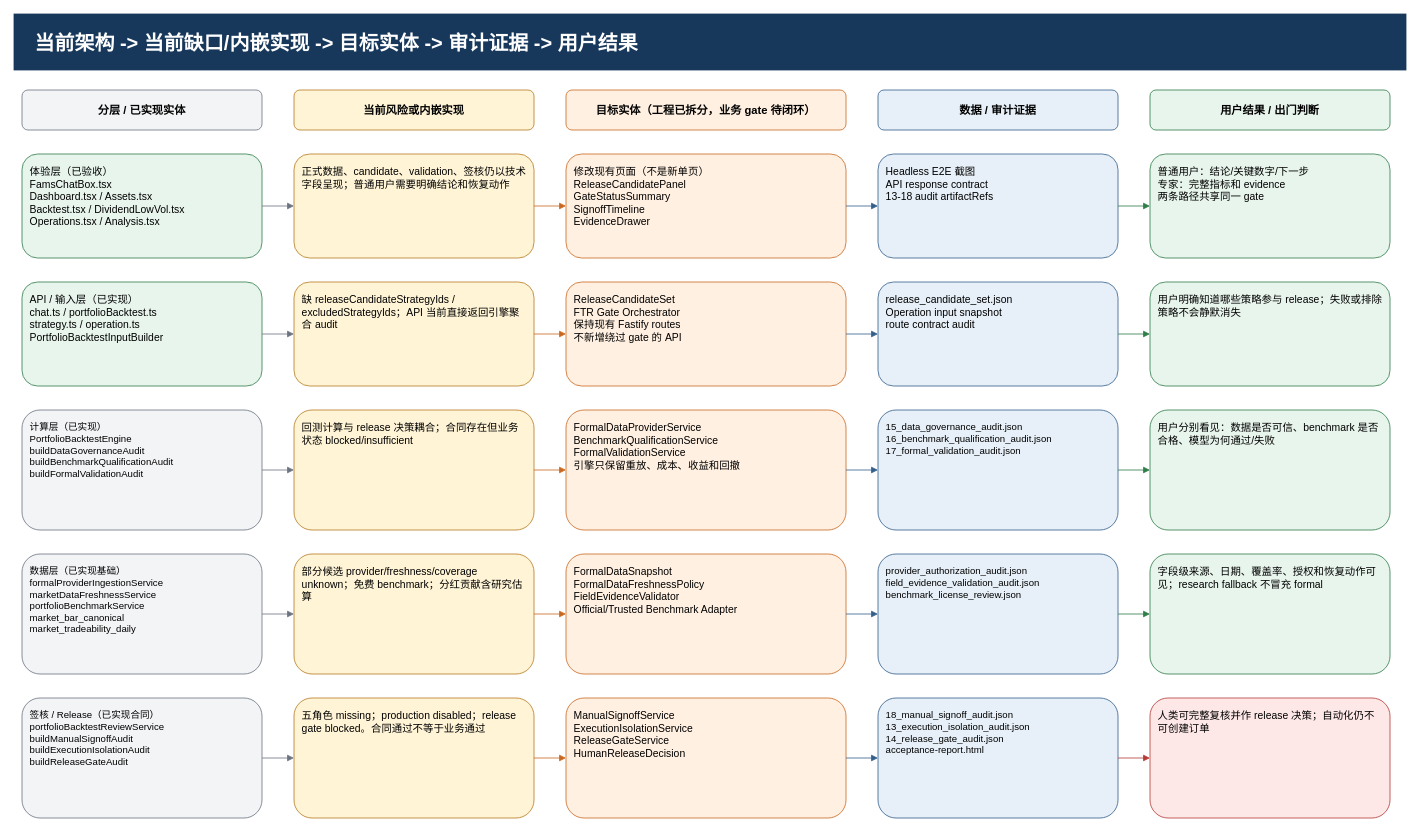
Before: page "2 当前架构与目标架构差异" (2 of 8) of docs/target-architecture-gap.drawio in ljx418/FAMS, a draw.io diagram. Source tidied: cells renumbered, new cells numbered last; positions are measured from the earlier drawing's top-left corner, leaving out a move shared by most shapes. Both pictures are drawn from the tidied source at 80%, with x=0, y=0 at pixel (14, 14).
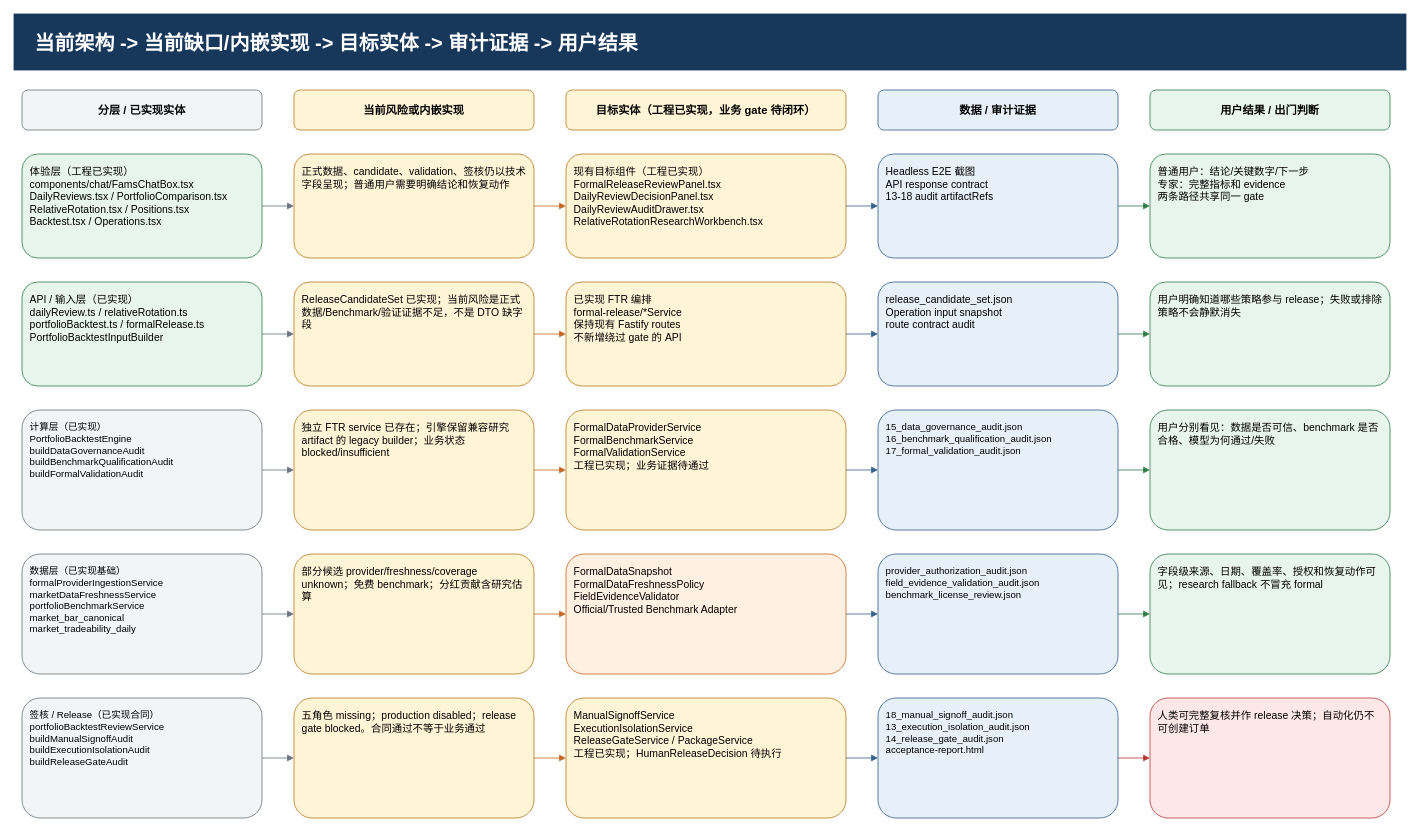
Above is the later version.

The edit, as a diff of the source:
```diff
@@
-    <mxCell id="5" value="目标实体（工程已拆分，业务 gate 待闭环）" style="rounded=1;whiteSpace=wrap;html=1;fontFamily=Microsoft YaHei;fontSize=14;fontStyle=1;fillColor=#fff0e1;strokeColor=#c96820;" parent="1" vertex="1">
+    <mxCell id="5" value="目标实体（工程已实现，业务 gate 待闭环）" style="rounded=1;whiteSpace=wrap;html=1;fontFamily=Microsoft YaHei;fontSize=14;fontStyle=1;fillColor=#fff4d6;strokeColor=#b7791f;" parent="1" vertex="1">
       <mxGeometry x="690" y="95" width="350" height="50" as="geometry" />
     </mxCell>
@@
-    <mxCell id="8" value="体验层（已验收）&#10;FamsChatBox.tsx&#10;Dashboard.tsx / Assets.tsx&#10;Backtest.tsx / DividendLowVol.tsx&#10;Operations.tsx / Analysis.tsx" style="rounded=1;whiteSpace=wrap;html=1;fontFamily=Microsoft YaHei;fontSize=13;align=left;verticalAlign=top;fillColor=#e8f5ec;strokeColor=#2f7d4a;spacing=10;" parent="1" vertex="1">
+    <mxCell id="8" value="体验层（工程已实现）&#10;components/chat/FamsChatBox.tsx&#10;DailyReviews.tsx / PortfolioComparison.tsx&#10;RelativeRotation.tsx / Positions.tsx&#10;Backtest.tsx / Operations.tsx" style="rounded=1;whiteSpace=wrap;html=1;fontFamily=Microsoft YaHei;fontSize=13;align=left;verticalAlign=top;fillColor=#e8f5ec;strokeColor=#2f7d4a;spacing=10;" parent="1" vertex="1">
       <mxGeometry x="10" y="175" width="300" height="130" as="geometry" />
     </mxCell>
@@
-    <mxCell id="10" value="修改现有页面（不是新单页）&#10;ReleaseCandidatePanel&#10;GateStatusSummary&#10;SignoffTimeline&#10;EvidenceDrawer" style="rounded=1;whiteSpace=wrap;html=1;fontFamily=Microsoft YaHei;fontSize=13;align=left;verticalAlign=top;fillColor=#fff0e1;strokeColor=#c96820;spacing=10;" parent="1" vertex="1">
+    <mxCell id="10" value="现有目标组件（工程已实现）&#10;FormalReleaseReviewPanel.tsx&#10;DailyReviewDecisionPanel.tsx&#10;DailyReviewAuditDrawer.tsx&#10;RelativeRotationResearchWorkbench.tsx" style="rounded=1;whiteSpace=wrap;html=1;fontFamily=Microsoft YaHei;fontSize=13;align=left;verticalAlign=top;fillColor=#fff4d6;strokeColor=#b7791f;spacing=10;" parent="1" vertex="1">
       <mxGeometry x="690" y="175" width="350" height="130" as="geometry" />
     </mxCell>
@@
-    <mxCell id="13" value="API / 输入层（已实现）&#10;chat.ts / portfolioBacktest.ts&#10;strategy.ts / operation.ts&#10;PortfolioBacktestInputBuilder" style="rounded=1;whiteSpace=wrap;html=1;fontFamily=Microsoft YaHei;fontSize=13;align=left;verticalAlign=top;fillColor=#e8f5ec;strokeColor=#2f7d4a;spacing=10;" parent="1" vertex="1">
+    <mxCell id="13" value="API / 输入层（已实现）&#10;dailyReview.ts / relativeRotation.ts&#10;portfolioBacktest.ts / formalRelease.ts&#10;PortfolioBacktestInputBuilder" style="rounded=1;whiteSpace=wrap;html=1;fontFamily=Microsoft YaHei;fontSize=13;align=left;verticalAlign=top;fillColor=#e8f5ec;strokeColor=#2f7d4a;spacing=10;" parent="1" vertex="1">
       <mxGeometry x="10" y="335" width="300" height="130" as="geometry" />
     </mxCell>
-    <mxCell id="14" value="缺 releaseCandidateStrategyIds / excludedStrategyIds；API 当前直接返回引擎聚合 audit" style="rounded=1;whiteSpace=wrap;html=1;fontFamily=Microsoft YaHei;fontSize=13;align=left;verticalAlign=top;fillColor=#fff4d6;strokeColor=#b7791f;spacing=10;" parent="1" vertex="1">
+    <mxCell id="14" value="ReleaseCandidateSet 已实现；当前风险是正式数据/Benchmark/验证证据不足，不是 DTO 缺字段" style="rounded=1;whiteSpace=wrap;html=1;fontFamily=Microsoft YaHei;fontSize=13;align=left;verticalAlign=top;fillColor=#fff4d6;strokeColor=#b7791f;spacing=10;" parent="1" vertex="1">
       <mxGeometry x="350" y="335" width="300" height="130" as="geometry" />
     </mxCell>
-    <mxCell id="15" value="ReleaseCandidateSet&#10;FTR Gate Orchestrator&#10;保持现有 Fastify routes&#10;不新增绕过 gate 的 API" style="rounded=1;whiteSpace=wrap;html=1;fontFamily=Microsoft YaHei;fontSize=13;align=left;verticalAlign=top;fillColor=#fff0e1;strokeColor=#c96820;spacing=10;" parent="1" vertex="1">
+    <mxCell id="15" value="已实现 FTR 编排&#10;formal-release/*Service&#10;保持现有 Fastify routes&#10;不新增绕过 gate 的 API" style="rounded=1;whiteSpace=wrap;html=1;fontFamily=Microsoft YaHei;fontSize=13;align=left;verticalAlign=top;fillColor=#fff4d6;strokeColor=#b7791f;spacing=10;" parent="1" vertex="1">
       <mxGeometry x="690" y="335" width="350" height="130" as="geometry" />
     </mxCell>
@@
-    <mxCell id="19" value="回测计算与 release 决策耦合；合同存在但业务状态 blocked/insufficient" style="rounded=1;whiteSpace=wrap;html=1;fontFamily=Microsoft YaHei;fontSize=13;align=left;verticalAlign=top;fillColor=#fff4d6;strokeColor=#b7791f;spacing=10;" parent="1" vertex="1">
+    <mxCell id="19" value="独立 FTR service 已存在；引擎保留兼容研究 artifact 的 legacy builder；业务状态 blocked/insufficient" style="rounded=1;whiteSpace=wrap;html=1;fontFamily=Microsoft YaHei;fontSize=13;align=left;verticalAlign=top;fillColor=#fff4d6;strokeColor=#b7791f;spacing=10;" parent="1" vertex="1">
       <mxGeometry x="350" y="495" width="300" height="150" as="geometry" />
     </mxCell>
-    <mxCell id="20" value="FormalDataProviderService&#10;BenchmarkQualificationService&#10;FormalValidationService&#10;引擎只保留重放、成本、收益和回撤" style="rounded=1;whiteSpace=wrap;html=1;fontFamily=Microsoft YaHei;fontSize=13;align=left;verticalAlign=top;fillColor=#fff0e1;strokeColor=#c96820;spacing=10;" parent="1" vertex="1">
+    <mxCell id="20" value="FormalDataProviderService&#10;FormalBenchmarkService&#10;FormalValidationService&#10;工程已实现；业务证据待通过" style="rounded=1;whiteSpace=wrap;html=1;fontFamily=Microsoft YaHei;fontSize=13;align=left;verticalAlign=top;fillColor=#fff4d6;strokeColor=#b7791f;spacing=10;" parent="1" vertex="1">
       <mxGeometry x="690" y="495" width="350" height="150" as="geometry" />
     </mxCell>
@@
-    <mxCell id="30" value="ManualSignoffService&#10;ExecutionIsolationService&#10;ReleaseGateService&#10;HumanReleaseDecision" style="rounded=1;whiteSpace=wrap;html=1;fontFamily=Microsoft YaHei;fontSize=13;align=left;verticalAlign=top;fillColor=#fff0e1;strokeColor=#c96820;spacing=10;" parent="1" vertex="1">
+    <mxCell id="30" value="ManualSignoffService&#10;ExecutionIsolationService&#10;ReleaseGateService / PackageService&#10;工程已实现；HumanReleaseDecision 待执行" style="rounded=1;whiteSpace=wrap;html=1;fontFamily=Microsoft YaHei;fontSize=13;align=left;verticalAlign=top;fillColor=#fff4d6;strokeColor=#b7791f;spacing=10;" parent="1" vertex="1">
       <mxGeometry x="690" y="855" width="350" height="150" as="geometry" />
     </mxCell>
```
